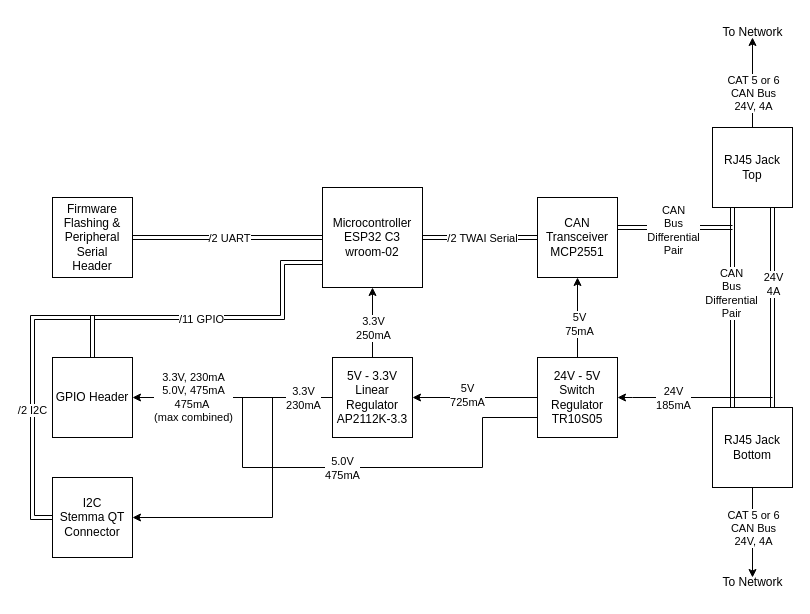
ProjectFishWorks/Documentation keeps this draw.io diagram as BlockDiagrams/NodeControllerV2Block.drawio. Above is the earlier version. Source tidied: cells renumbered, new cells numbered last; positions are measured from the earlier drawing's top-left corner, leaving out a move shared by most shapes. Both pictures are drawn from the tidied source at 100%, with x=0, y=0 at pixel (32, 17).
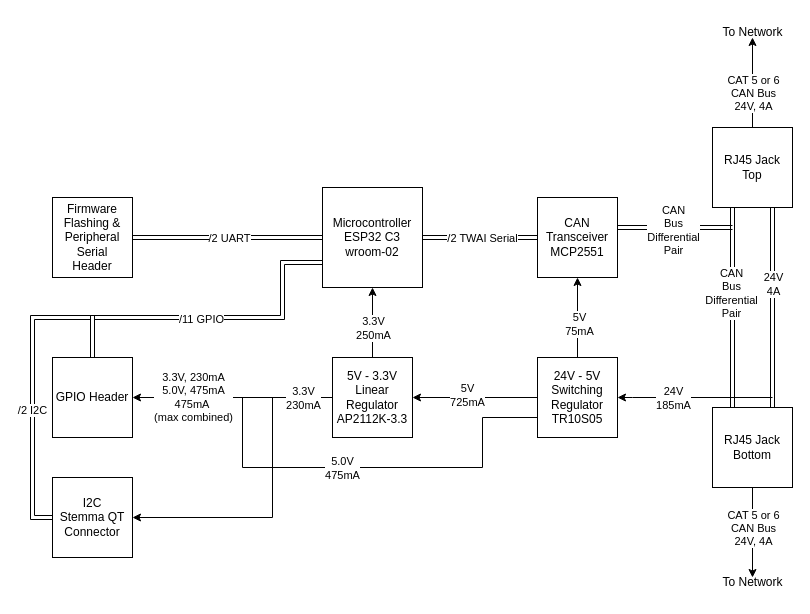
Above is the later version.

The edit, as a diff of the source:
```diff
@@
-    <mxCell id="30" value="24V - 5V&lt;div&gt;Switch Regulator&lt;/div&gt;&lt;div&gt;TR10S05&lt;/div&gt;" style="whiteSpace=wrap;html=1;" parent="1" vertex="1">
+    <mxCell id="30" value="24V - 5V&lt;div&gt;Switching Regulator&lt;/div&gt;&lt;div&gt;TR10S05&lt;/div&gt;" style="whiteSpace=wrap;html=1;" parent="1" vertex="1">
       <mxGeometry x="505" y="340" width="80" height="80" as="geometry" />
     </mxCell>
```
